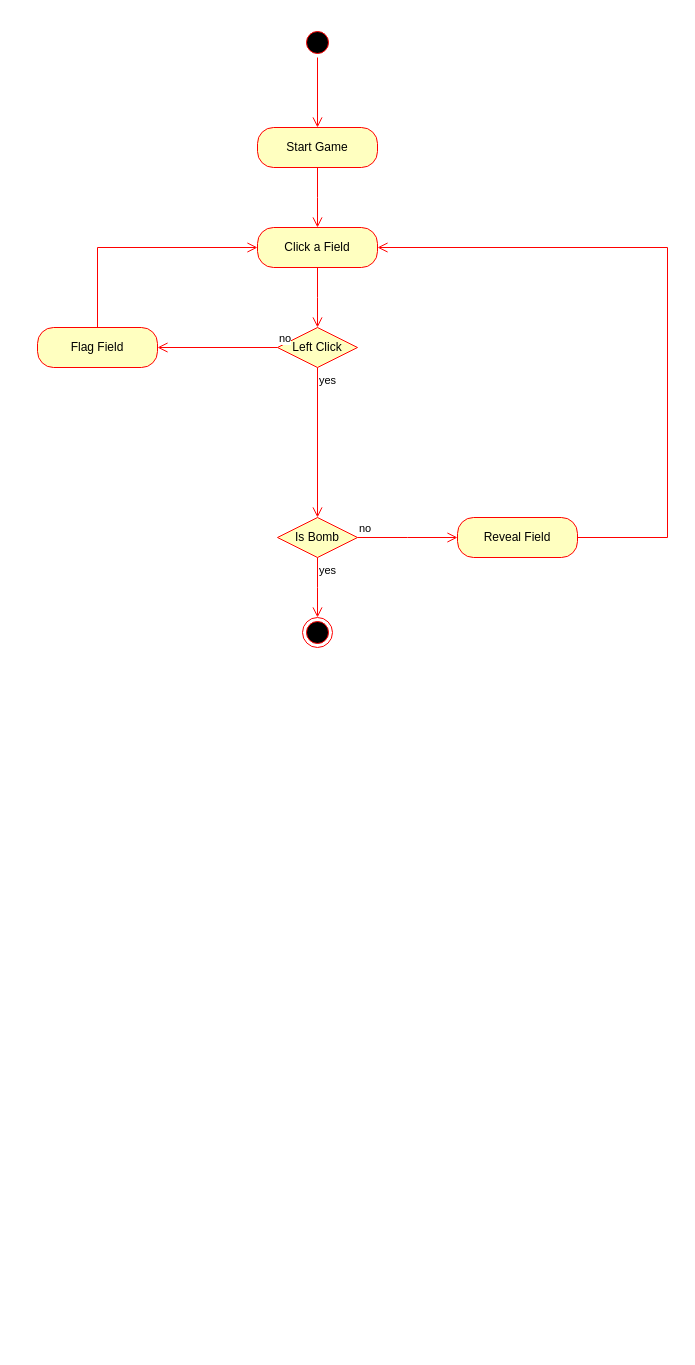
Above: activity_diagram_minesweeper.drawio in Pythogenic/tbz-minesweeper (draw.io), before the change. Source tidied: cells renumbered, new cells numbered last; positions are measured from the earlier drawing's top-left corner, leaving out a move shared by most shapes. Both pictures are drawn from the tidied source at 100%, with x=0, y=0 at pixel (37, 27).
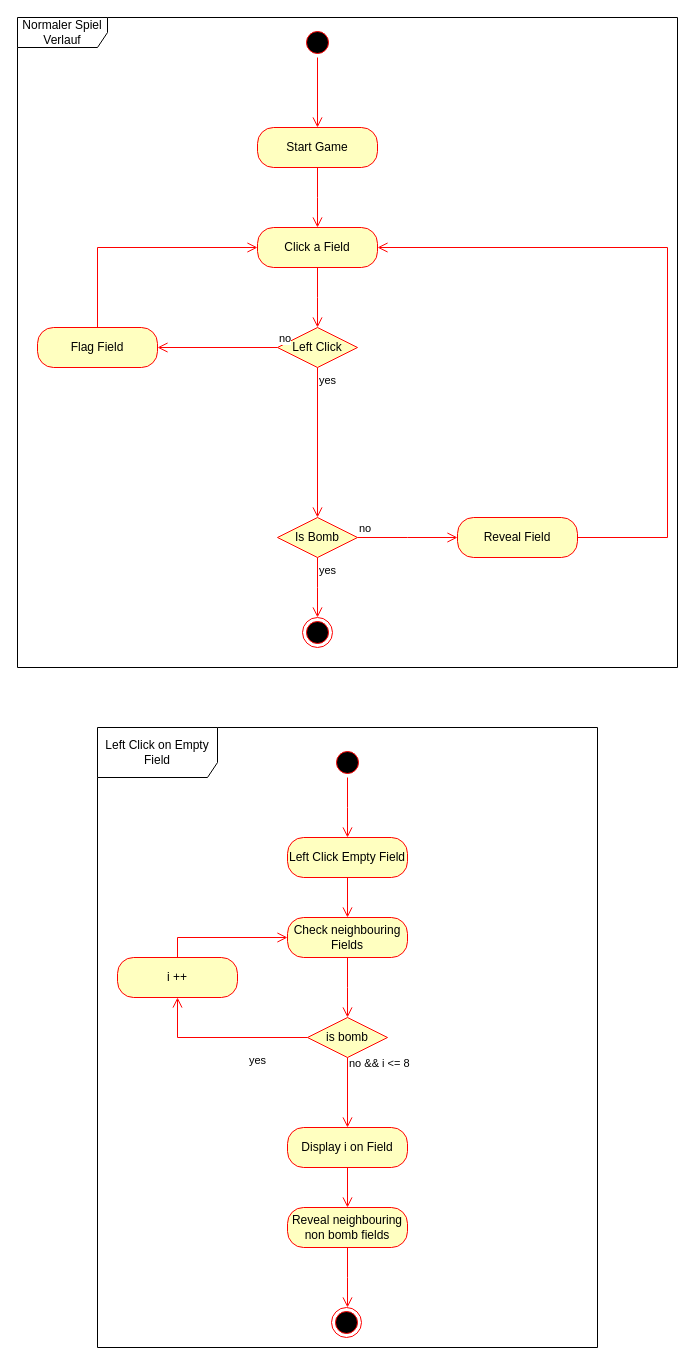
After the change.

Diff of the diagram source:
```diff
@@
+    <mxCell id="19" value="Normaler Spiel Verlauf" style="shape=umlFrame;whiteSpace=wrap;html=1;width=90;height=30;" parent="1" vertex="1">
+      <mxGeometry x="-20" y="-10" width="660" height="650" as="geometry" />
+    </mxCell>
+    <mxCell id="20" style="ellipse;html=1;shape=startState;fillColor=#000000;strokeColor=#ff0000;" parent="1" vertex="1">
+      <mxGeometry x="295" y="720" width="30" height="30" as="geometry" />
+    </mxCell>
+    <mxCell id="21" style="edgeStyle=orthogonalEdgeStyle;html=1;verticalAlign=bottom;endArrow=open;endSize=8;strokeColor=#ff0000;rounded=0;" parent="1" edge="1" source="20">
+      <mxGeometry relative="1" as="geometry">
+        <mxPoint x="310" y="810" as="targetPoint" />
+      </mxGeometry>
+    </mxCell>
+    <mxCell id="22" value="Left Click Empty Field" style="rounded=1;whiteSpace=wrap;html=1;arcSize=40;fontColor=#000000;fillColor=#ffffc0;strokeColor=#ff0000;" parent="1" vertex="1">
+      <mxGeometry x="250" y="810" width="120" height="40" as="geometry" />
+    </mxCell>
+    <mxCell id="23" style="edgeStyle=orthogonalEdgeStyle;html=1;verticalAlign=bottom;endArrow=open;endSize=8;strokeColor=#ff0000;rounded=0;" parent="1" edge="1" source="22" target="24">
+      <mxGeometry relative="1" as="geometry" />
+    </mxCell>
+    <mxCell id="24" value="Check neighbouring Fields" style="rounded=1;whiteSpace=wrap;html=1;arcSize=40;fontColor=#000000;fillColor=#ffffc0;strokeColor=#ff0000;" parent="1" vertex="1">
+      <mxGeometry x="250" y="890" width="120" height="40" as="geometry" />
+    </mxCell>
+    <mxCell id="25" style="edgeStyle=orthogonalEdgeStyle;html=1;verticalAlign=bottom;endArrow=open;endSize=8;strokeColor=#ff0000;rounded=0;" parent="1" edge="1" source="24">
+      <mxGeometry relative="1" as="geometry">
+        <mxPoint x="310" y="990" as="targetPoint" />
+      </mxGeometry>
+    </mxCell>
+    <mxCell id="26" value="is bomb" style="rhombus;whiteSpace=wrap;html=1;fillColor=#ffffc0;strokeColor=#ff0000;" parent="1" vertex="1">
+      <mxGeometry x="270" y="990" width="80" height="40" as="geometry" />
+    </mxCell>
+    <mxCell id="27" value="no &amp;amp;&amp;amp; i &amp;lt;= 8&amp;nbsp;" style="edgeStyle=orthogonalEdgeStyle;html=1;align=left;verticalAlign=bottom;endArrow=open;endSize=8;strokeColor=#ff0000;rounded=0;" parent="1" edge="1" source="26" target="31">
+      <mxGeometry x="-0.56" relative="1" as="geometry" />
+    </mxCell>
+    <mxCell id="28" value="yes" style="edgeStyle=orthogonalEdgeStyle;html=1;align=left;verticalAlign=top;endArrow=open;endSize=8;strokeColor=#ff0000;rounded=0;" parent="1" edge="1" source="26" target="29">
+      <mxGeometry x="-0.29" y="10" relative="1" as="geometry" />
+    </mxCell>
+    <mxCell id="29" value="i ++" style="rounded=1;whiteSpace=wrap;html=1;arcSize=40;fontColor=#000000;fillColor=#ffffc0;strokeColor=#ff0000;" parent="1" vertex="1">
+      <mxGeometry x="80" y="930" width="120" height="40" as="geometry" />
+    </mxCell>
+    <mxCell id="30" style="edgeStyle=orthogonalEdgeStyle;html=1;verticalAlign=bottom;endArrow=open;endSize=8;strokeColor=#ff0000;rounded=0;" parent="1" edge="1" source="29" target="24">
+      <mxGeometry relative="1" as="geometry">
+        <Array as="points">
+          <mxPoint x="140" y="910" />
+        </Array>
+      </mxGeometry>
+    </mxCell>
+    <mxCell id="31" value="Display i on Field" style="rounded=1;whiteSpace=wrap;html=1;arcSize=40;fontColor=#000000;fillColor=#ffffc0;strokeColor=#ff0000;" parent="1" vertex="1">
+      <mxGeometry x="250" y="1100" width="120" height="40" as="geometry" />
+    </mxCell>
+    <mxCell id="32" style="edgeStyle=orthogonalEdgeStyle;html=1;verticalAlign=bottom;endArrow=open;endSize=8;strokeColor=#ff0000;rounded=0;" parent="1" edge="1" source="31" target="33">
+      <mxGeometry relative="1" as="geometry" />
+    </mxCell>
+    <mxCell id="33" value="Reveal neighbouring non bomb fields" style="rounded=1;whiteSpace=wrap;html=1;arcSize=40;fontColor=#000000;fillColor=#ffffc0;strokeColor=#ff0000;" parent="1" vertex="1">
+      <mxGeometry x="250" y="1180" width="120" height="40" as="geometry" />
+    </mxCell>
+    <mxCell id="34" style="edgeStyle=orthogonalEdgeStyle;html=1;verticalAlign=bottom;endArrow=open;endSize=8;strokeColor=#ff0000;rounded=0;" parent="1" edge="1" source="33">
+      <mxGeometry relative="1" as="geometry">
+        <mxPoint x="310" y="1280" as="targetPoint" />
+      </mxGeometry>
+    </mxCell>
+    <mxCell id="35" style="ellipse;html=1;shape=endState;fillColor=#000000;strokeColor=#ff0000;" parent="1" vertex="1">
+      <mxGeometry x="294" y="1280" width="30" height="30" as="geometry" />
+    </mxCell>
+    <mxCell id="36" value="Left Click on Empty Field" style="shape=umlFrame;whiteSpace=wrap;html=1;width=120;height=50;" parent="1" vertex="1">
+      <mxGeometry x="60" y="700" width="500" height="620" as="geometry" />
+    </mxCell>
```
